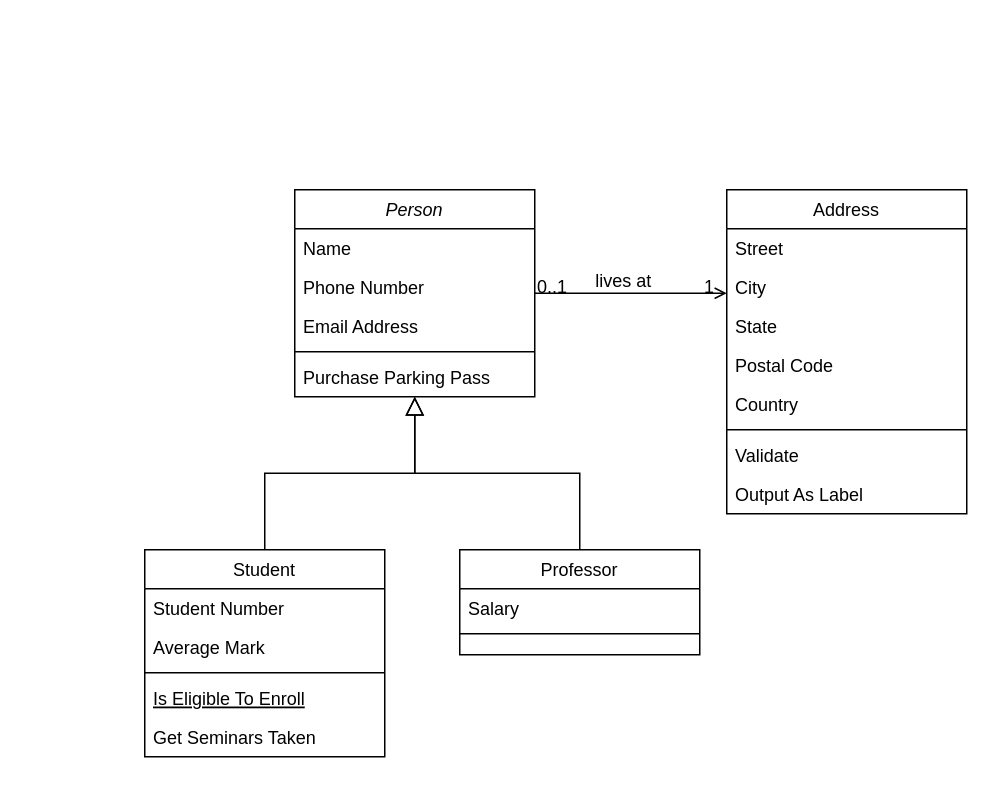
zahed3795/AI_QA_Testing keeps this draw.io diagram as Untitled Diagram.drawio. Above is the earlier version. Source tidied: cells renumbered, new cells numbered last; positions are measured from the earlier drawing's top-left corner, leaving out a move shared by most shapes. Both pictures are drawn from the tidied source at 150%, with x=0, y=0 at pixel (144, 189).
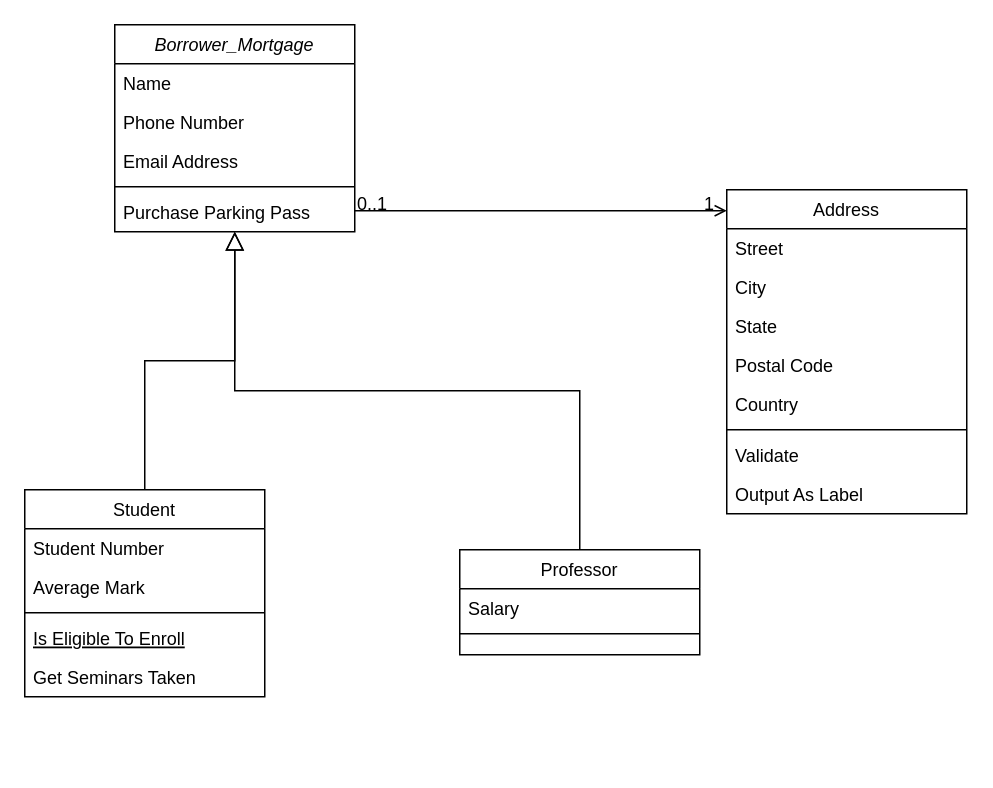
After the change.

The change refers to these unchanged cells:
```xml
<mxCell id="28" style="endArrow=open;shadow=0;strokeWidth=1;rounded=0;curved=0;endFill=1;edgeStyle=elbowEdgeStyle;elbow=vertical;" parent="1" edge="1" source="2" target="19">
  <mxGeometry x="0.5" y="41" relative="1" as="geometry">
    <mxPoint x="-40" y="32" as="offset" />
  </mxGeometry>
</mxCell>
```

What changed in the source:
```diff
@@
-    <mxCell id="2" value="Person" style="swimlane;fontStyle=2;align=center;verticalAlign=top;horizontal=1;startSize=26;rounded=0;shadow=0;strokeWidth=1;" parent="1" vertex="1">
-      <mxGeometry x="100" width="160" height="138" as="geometry" />
+    <mxCell id="2" value="Borrower_Mortgage" style="swimlane;fontStyle=2;align=center;verticalAlign=top;horizontal=1;startSize=26;rounded=0;shadow=0;strokeWidth=1;" parent="1" vertex="1">
+      <mxGeometry x="-20" y="-110" width="160" height="138" as="geometry" />
     </mxCell>
@@
     <mxCell id="8" value="Student" style="swimlane;fontStyle=0;align=center;verticalAlign=top;horizontal=1;startSize=26;rounded=0;shadow=0;strokeWidth=1;" parent="1" vertex="1">
-      <mxGeometry y="240" width="160" height="138" as="geometry" />
+      <mxGeometry x="-80" y="200" width="160" height="138" as="geometry" />
     </mxCell>
@@
-    <mxCell id="31" value="lives at" style="text;html=1;align=center;verticalAlign=middle;labelBackgroundColor=none;rounded=0;shadow=0;strokeWidth=1;fontSize=12;" parent="28" vertex="1">
-      <mxGeometry x="0.5" y="49" relative="1" as="geometry">
-        <mxPoint x="-38" y="40" as="offset" />
-      </mxGeometry>
-    </mxCell>
```
